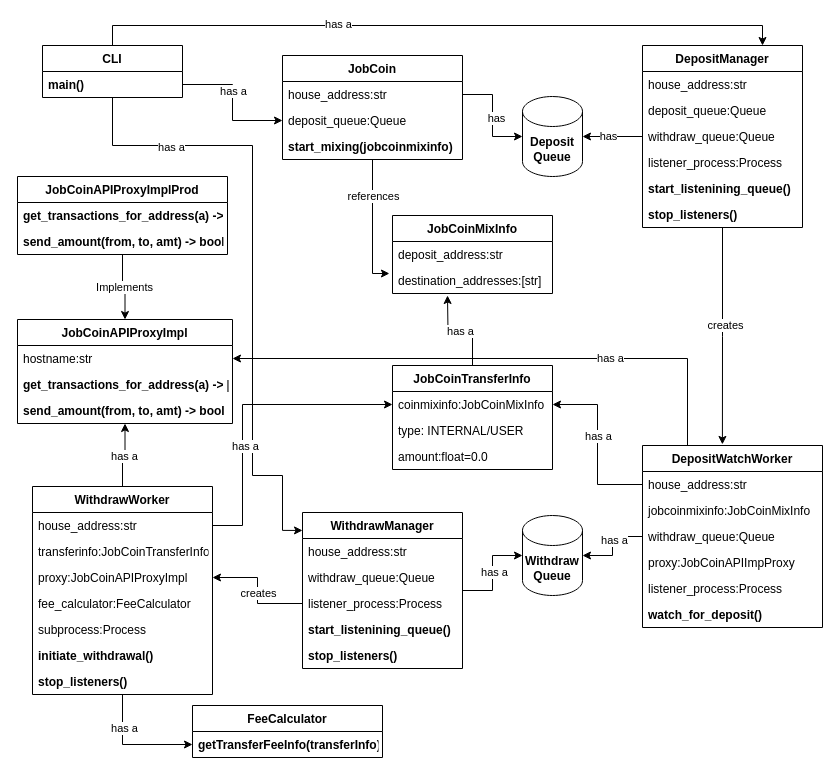
This is jobcoin.drawio from judopro/jobcoin-myesildal, a draw.io file, before an edit. Source tidied: cells renumbered, new cells numbered last; positions are measured from the earlier drawing's top-left corner, leaving out a move shared by most shapes. Both pictures are drawn from the tidied source at 100%, with x=0, y=0 at pixel (17, 25).
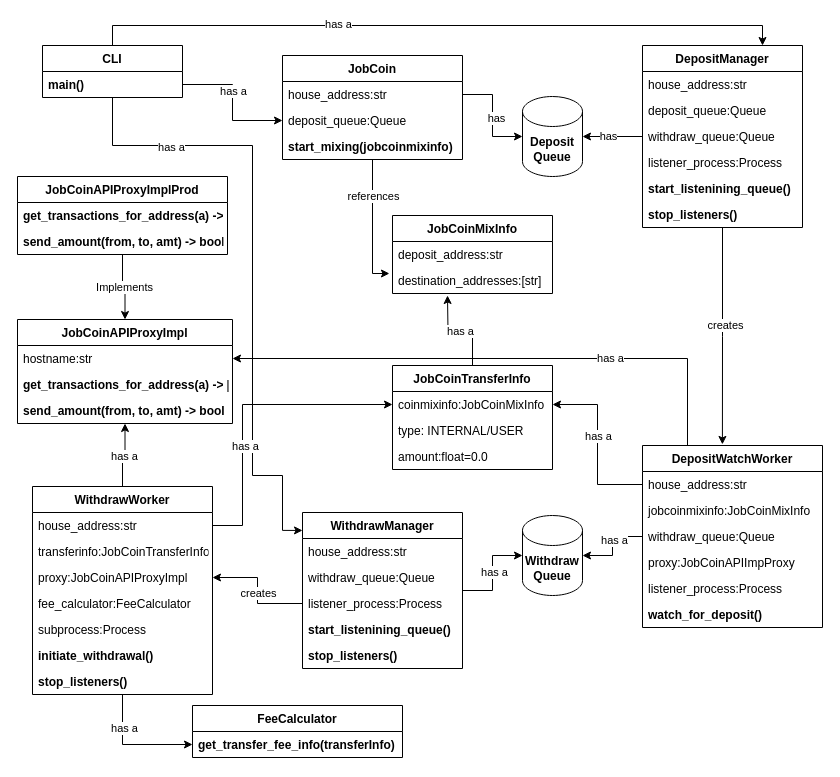
The same page after the edit.

The edit, as a diff of the source:
```diff
@@
     <mxCell id="84" value="FeeCalculator" style="swimlane;fontStyle=1;horizontal=1;startSize=26;fillColor=none;" parent="1" vertex="1">
-      <mxGeometry x="175" y="680" width="190" height="52" as="geometry" />
+      <mxGeometry x="175" y="680" width="210" height="52" as="geometry" />
     </mxCell>
-    <mxCell id="85" value="getTransferFeeInfo(transferInfo)" style="text;strokeColor=none;fillColor=none;align=left;verticalAlign=top;spacingLeft=4;spacingRight=4;overflow=hidden;points=[[0,0.5],[1,0.5]];portConstraint=eastwest;fontStyle=1;" parent="84" vertex="1">
-      <mxGeometry y="26" width="190" height="26" as="geometry" />
+    <mxCell id="85" value="get_transfer_fee_info(transferInfo)" style="text;strokeColor=none;fillColor=none;align=left;verticalAlign=top;spacingLeft=4;spacingRight=4;overflow=hidden;points=[[0,0.5],[1,0.5]];portConstraint=eastwest;fontStyle=1;" parent="84" vertex="1">
+      <mxGeometry y="26" width="210" height="26" as="geometry" />
     </mxCell>
```
